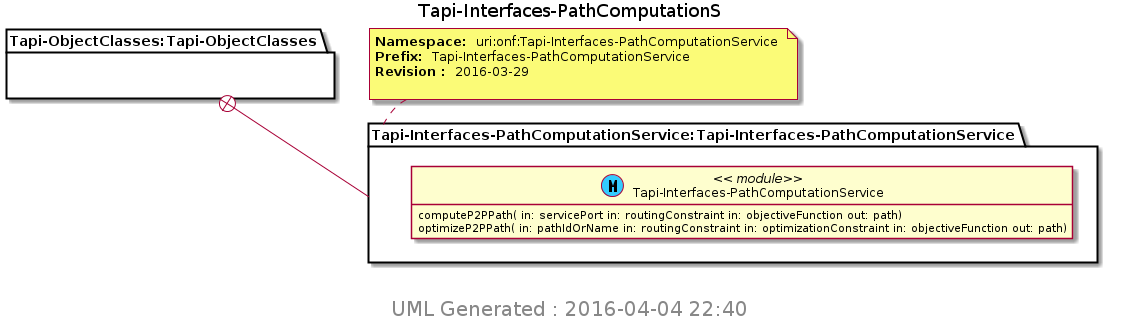
Before: TransportAPI/YANG/pyang_uml/Tapi-Interfaces-PathComputationS.png, a diagram exported from PlantUML (Open-Network-Models-and-Interfaces-ONMI/TAPI).
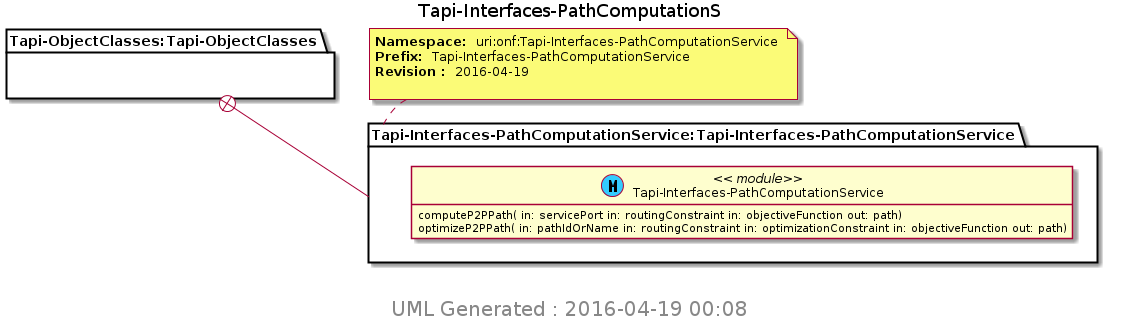
Above is the later version.

Diff of the diagram source:
```diff
@@ -10,7 +10,7 @@
 Title Tapi-Interfaces-PathComputationS
 package "Tapi-ObjectClasses:Tapi-ObjectClasses" as Tapi_ObjectClasses_Tapi_ObjectClasses {
 }
-note top of Tapi_Interfaces_PathComputationService_Tapi_Interfaces_PathComputationService : <b>Namespace: </b> uri:onf:Tapi-Interfaces-PathComputationService \n<b>Prefix: </b> Tapi-Interfaces-PathComputationService \n<b>Revision : </b> 2016-03-29 \n
+note top of Tapi_Interfaces_PathComputationService_Tapi_Interfaces_PathComputationService : <b>Namespace: </b> uri:onf:Tapi-Interfaces-PathComputationService \n<b>Prefix: </b> Tapi-Interfaces-PathComputationService \n<b>Revision : </b> 2016-04-19 \n
 package "Tapi-Interfaces-PathComputationService:Tapi-Interfaces-PathComputationService" as Tapi_Interfaces_PathComputationService_Tapi_Interfaces_PathComputationService {
 Tapi_ObjectClasses_Tapi_ObjectClasses +-- Tapi_Interfaces_PathComputationService_Tapi_Interfaces_PathComputationService
 class "Tapi-Interfaces-PathComputationService" as Tapi_Interfaces_PathComputationService << (M, #33CCFF) module>>
@@ -19,6 +19,6 @@
 }
 
 center footer
- <size:20> UML Generated : 2016-04-04 22:40 </size>
+ <size:20> UML Generated : 2016-04-19 00:08 </size>
  endfooter
 @enduml
```
